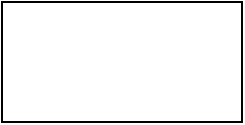
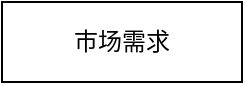
<mxfile host="app.diagrams.net">
  <diagram name="第 1 页" id="KCBWo45Jhq6FbeANtMXA">
    <mxGraphModel dx="1022" dy="538" grid="1" gridSize="10" guides="1" tooltips="1" connect="1" arrows="1" fold="1" page="1" pageScale="1" pageWidth="1169" pageHeight="827" math="0" shadow="0">
      <root>
        <mxCell id="0" />
        <mxCell id="1" parent="0" />
-         <mxCell id="0cBzrDOoJQkcRds2v_98-2" parent="1" style="rounded=0;whiteSpace=wrap;html=1;" value="" vertex="1">
-           <mxGeometry height="60" width="120" x="40" y="40" as="geometry" />
+         <mxCell id="0cBzrDOoJQkcRds2v_98-2" parent="1" style="rounded=0;whiteSpace=wrap;html=1;" value="&lt;div&gt;市场需求&lt;/div&gt;" vertex="1">
+           <mxGeometry height="40" width="120" x="40" y="40" as="geometry" />
        </mxCell>
      </root>
    </mxGraphModel>
  </diagram>
</mxfile>
